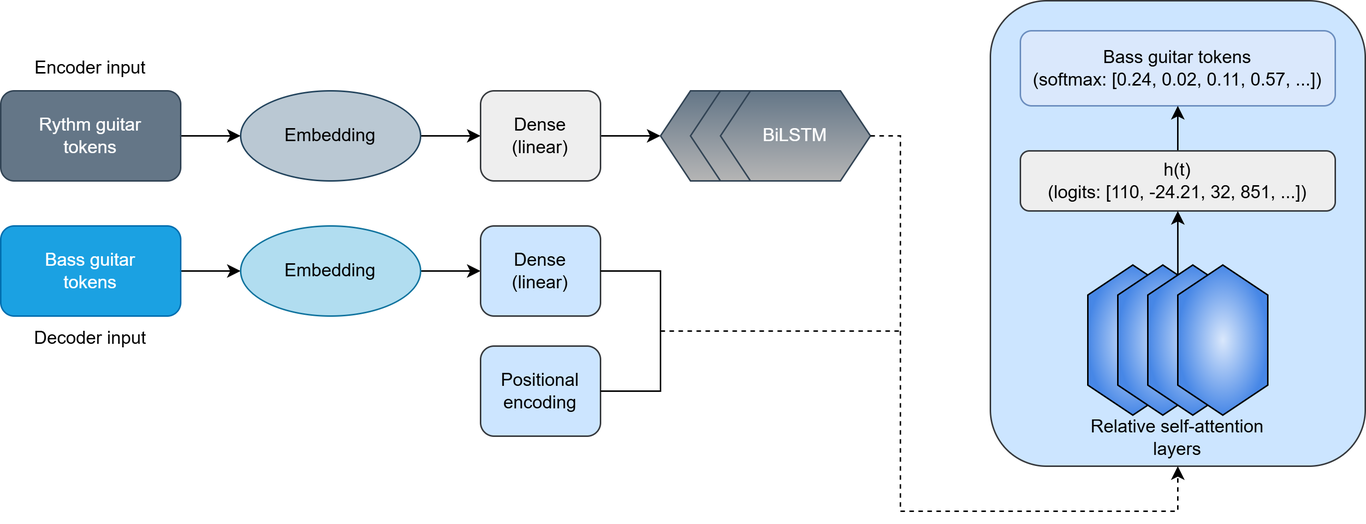
This is reports-presentations/images-figures/model_adapted.png from OlitHub/guitar-tab-gen, a draw.io export, as it was before one commit. Source tidied: cells renumbered, new cells last; positions are measured from the earlier drawing's top-left corner, leaving out a move shared by most shapes.
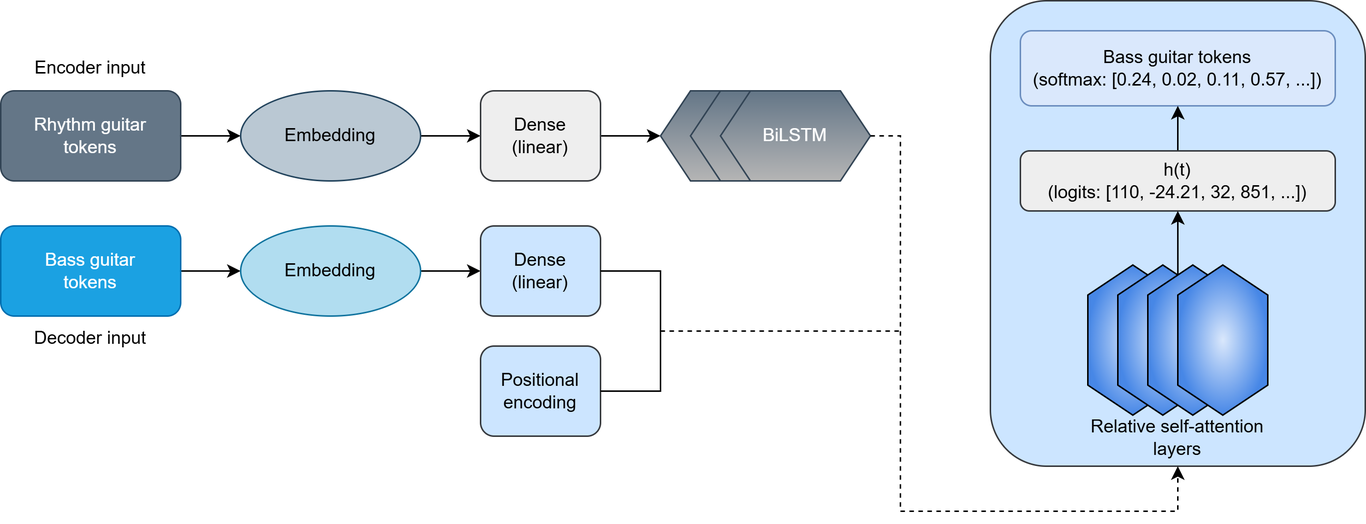
After the change.

What changed in the source:
```diff
@@ -5,7 +5,7 @@
     <mxCell id="2" style="edgeStyle=orthogonalEdgeStyle;rounded=0;jettySize=auto;html=1;entryX=0;entryY=0.5;entryDx=0;entryDy=0;" parent="1" edge="1" source="3" target="5">
       <mxGeometry relative="1" as="geometry" />
     </mxCell>
-    <mxCell id="3" value="Rythm guitar&lt;div&gt;tokens&lt;/div&gt;" style="rounded=1;whiteSpace=wrap;html=1;fillColor=#647687;fontColor=#ffffff;strokeColor=#314354;" parent="1" vertex="1">
+    <mxCell id="3" value="Rhythm guitar&lt;div&gt;tokens&lt;/div&gt;" style="rounded=1;whiteSpace=wrap;html=1;fillColor=#647687;fontColor=#ffffff;strokeColor=#314354;" parent="1" vertex="1">
       <mxGeometry y="60" width="120" height="60" as="geometry" />
     </mxCell>
     <mxCell id="4" style="edgeStyle=orthogonalEdgeStyle;rounded=0;jettySize=auto;html=1;entryX=0;entryY=0.5;entryDx=0;entryDy=0;" parent="1" edge="1" source="5" target="7">
```
